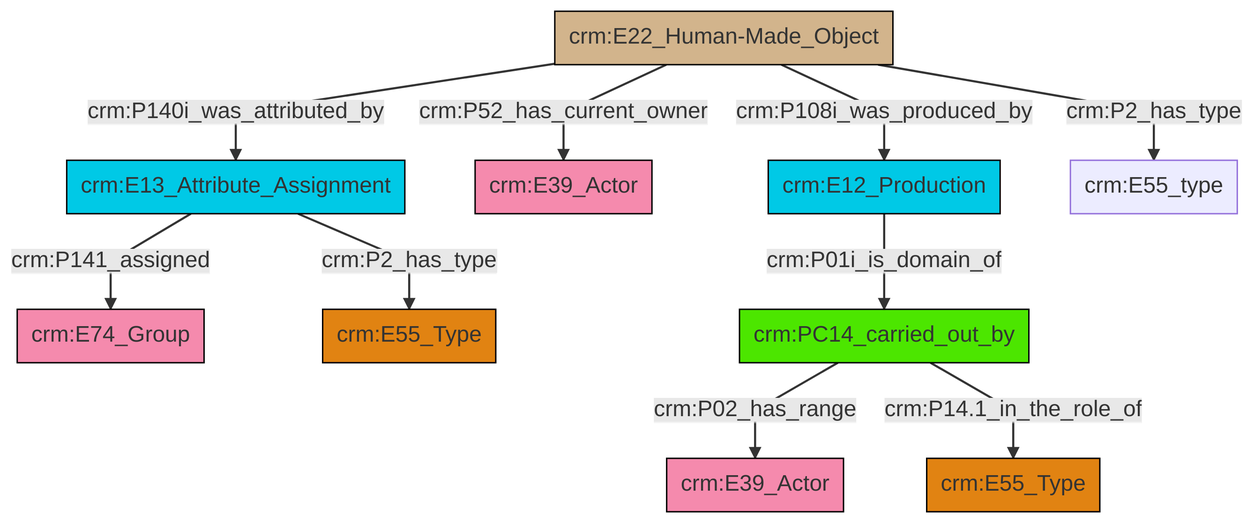
Before: et/builtWorkCSV/ttl/mmd/png/Built_Work_actor_relations.png, a diagram exported from Mermaid (swiss-art-research-net/docs.swissartresearch). Its source is kept beside it as et/builtWorkCSV/ttl/mmd/Built_Work_actor_relations.ttl.mmd.
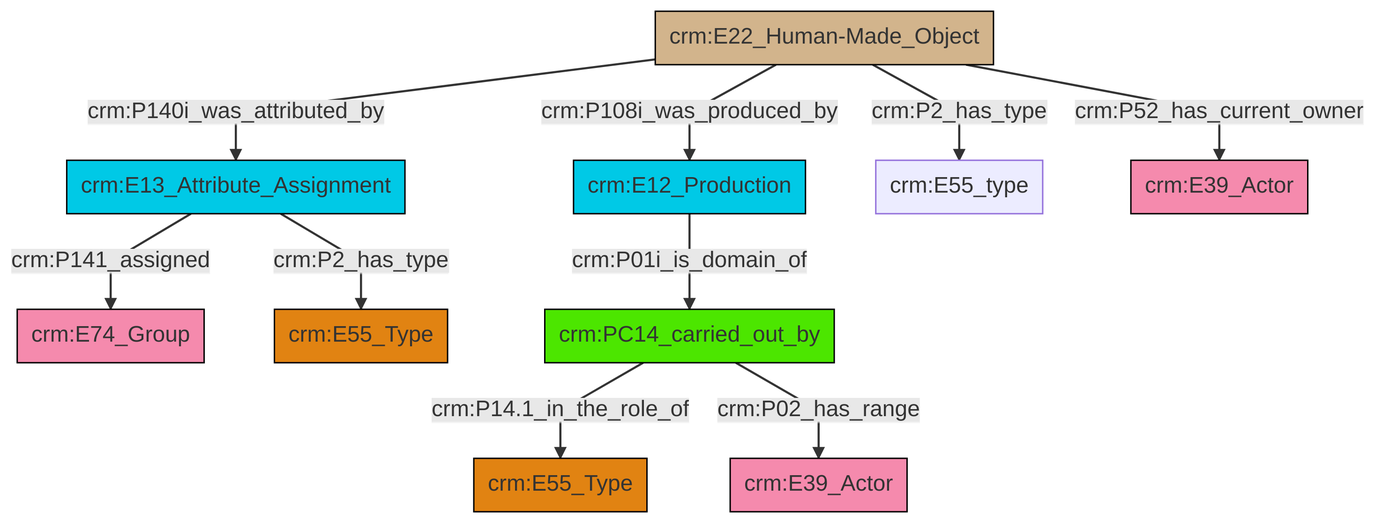
After the change.

The edit, as a diff of the source:
```diff
@@ -13,12 +13,12 @@
 classDef PC_Classes fill:#4ce600, stroke:#000000;
 classDef Multi fill:#cccccc,stroke:#000000;
 
-2["crm:E13_Attribute_Assignment"]:::Temporal_Entity -->|crm:P2_has_type| 3["crm:E55_Type"]:::Type
-2["crm:E13_Attribute_Assignment"]:::Temporal_Entity -->|crm:P141_assigned| 0["crm:E74_Group"]:::Actor
-6["crm:E22_Human-Made_Object"]:::Physical_Thing -->|crm:P52_has_current_owner| 7["crm:E39_Actor"]:::Actor
-6["crm:E22_Human-Made_Object"]:::Physical_Thing -->|crm:P108i_was_produced_by| 8["crm:E12_Production"]:::Temporal_Entity
-4["crm:PC14_carried_out_by"]:::PC_Classes -->|crm:P02_has_range| 11["crm:E39_Actor"]:::Actor
-8["crm:E12_Production"]:::Temporal_Entity -->|crm:P01i_is_domain_of| 4["crm:PC14_carried_out_by"]:::PC_Classes
-6["crm:E22_Human-Made_Object"]:::Physical_Thing -->|crm:P2_has_type| 14["crm:E55_type"]:::Default
-4["crm:PC14_carried_out_by"]:::PC_Classes -->|crm:P14.1_in_the_role_of| 17["crm:E55_Type"]:::Type
-6["crm:E22_Human-Made_Object"]:::Physical_Thing -->|crm:P140i_was_attributed_by| 2["crm:E13_Attribute_Assignment"]:::Temporal_Entity
+2["crm:E22_Human-Made_Object"]:::Physical_Thing -->|crm:P140i_was_attributed_by| 3["crm:E13_Attribute_Assignment"]:::Temporal_Entity
+2["crm:E22_Human-Made_Object"]:::Physical_Thing -->|crm:P108i_was_produced_by| 4["crm:E12_Production"]:::Temporal_Entity
+2["crm:E22_Human-Made_Object"]:::Physical_Thing -->|crm:P2_has_type| 8["crm:E55_type"]:::Default
+2["crm:E22_Human-Made_Object"]:::Physical_Thing -->|crm:P52_has_current_owner| 9["crm:E39_Actor"]:::Actor
+12["crm:PC14_carried_out_by"]:::PC_Classes -->|crm:P14.1_in_the_role_of| 10["crm:E55_Type"]:::Type
+4["crm:E12_Production"]:::Temporal_Entity -->|crm:P01i_is_domain_of| 12["crm:PC14_carried_out_by"]:::PC_Classes
+3["crm:E13_Attribute_Assignment"]:::Temporal_Entity -->|crm:P141_assigned| 0["crm:E74_Group"]:::Actor
+12["crm:PC14_carried_out_by"]:::PC_Classes -->|crm:P02_has_range| 17["crm:E39_Actor"]:::Actor
+3["crm:E13_Attribute_Assignment"]:::Temporal_Entity -->|crm:P2_has_type| 5["crm:E55_Type"]:::Type
```
